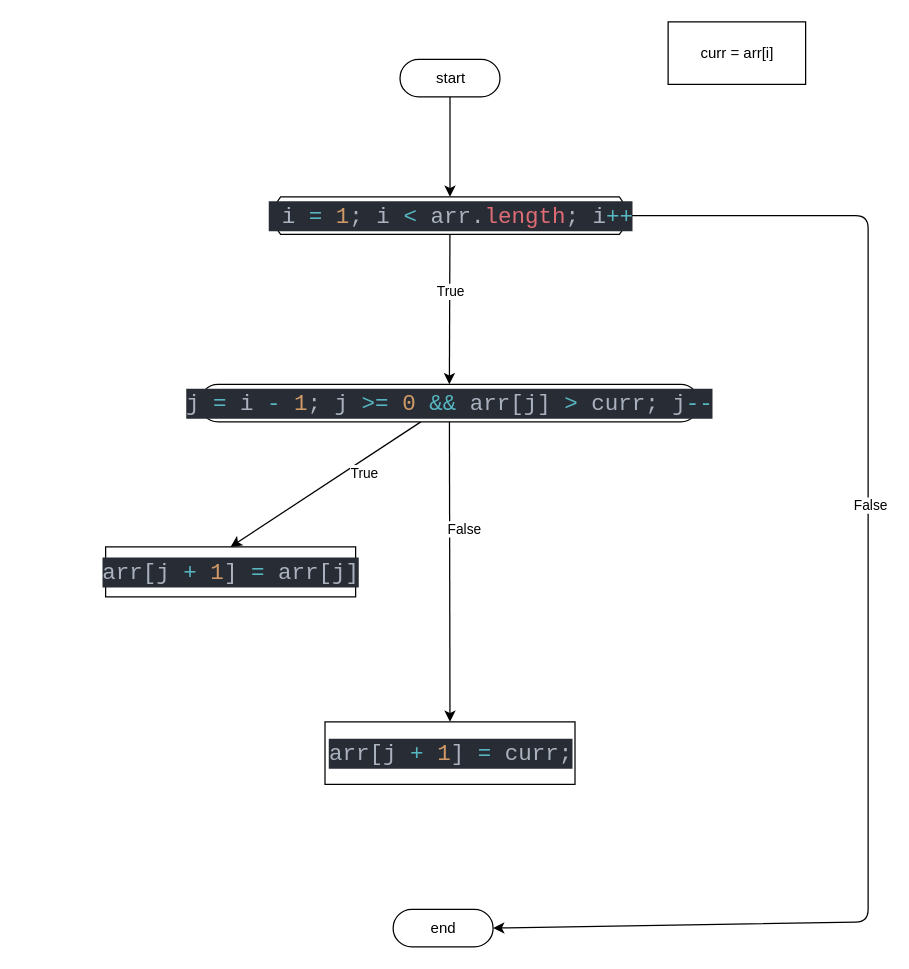
danil-jpg/algorithms-and-data-structures keeps this draw.io diagram as Задачи/insertationSort.drawio. Above is the earlier version. Source tidied: cells renumbered, new cells numbered last; positions are measured from the earlier drawing's top-left corner, leaving out a move shared by most shapes. Both pictures are drawn from the tidied source at 125%, with x=0, y=0 at pixel (105, 21).
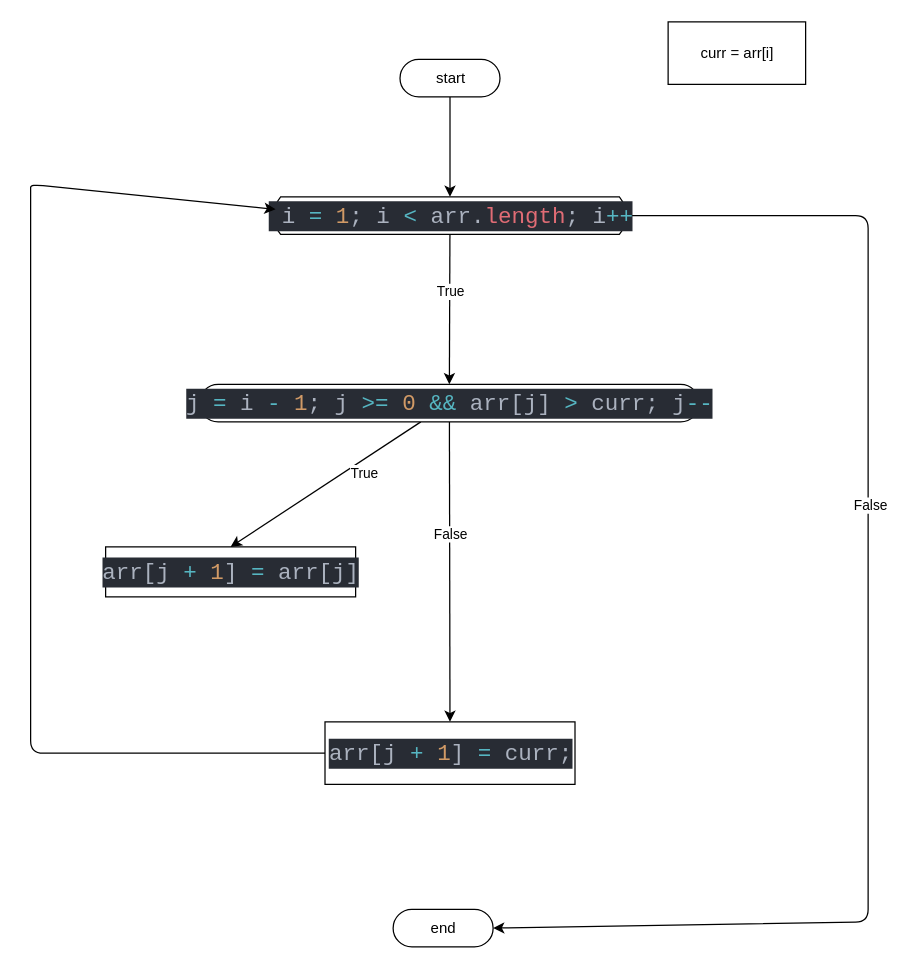
After the change.

Unchanged cells that the change refers to:
```xml
<mxCell id="9" value="&lt;div style=&quot;color: rgb(171, 178, 191); background-color: rgb(40, 44, 52); font-family: MontserratAlternates-Regular, Consolas, &amp;quot;Courier New&amp;quot;, monospace; font-size: 18px; line-height: 24px;&quot;&gt;&amp;nbsp;i &lt;span style=&quot;color: #56b6c2;&quot;&gt;=&lt;/span&gt; &lt;span style=&quot;color: #d19a66;&quot;&gt;1&lt;/span&gt;; i &lt;span style=&quot;color: #56b6c2;&quot;&gt;&amp;lt;&lt;/span&gt; arr.&lt;span style=&quot;color: #e06c75;&quot;&gt;length&lt;/span&gt;; i&lt;span style=&quot;color: #56b6c2;&quot;&gt;++&lt;/span&gt;&lt;/div&gt;" style="html=1;dashed=0;whitespace=wrap;shape=mxgraph.dfd.loop;" parent="1" vertex="1">
  <mxGeometry x="134" y="140" width="283" height="30" as="geometry" />
</mxCell>
<mxCell id="12" style="edgeStyle=none;html=1;entryX=0.5;entryY=0;entryDx=0;entryDy=0;" parent="1" edge="1" source="14" target="16">
  <mxGeometry relative="1" as="geometry" />
</mxCell>
<mxCell id="16" value="&lt;div style=&quot;color: rgb(171, 178, 191); background-color: rgb(40, 44, 52); font-family: MontserratAlternates-Regular, Consolas, &amp;quot;Courier New&amp;quot;, monospace; font-size: 18px; line-height: 24px;&quot;&gt;arr[j &lt;span style=&quot;color: #56b6c2;&quot;&gt;+&lt;/span&gt; &lt;span style=&quot;color: #d19a66;&quot;&gt;1&lt;/span&gt;] &lt;span style=&quot;color: #56b6c2;&quot;&gt;=&lt;/span&gt; curr;&lt;/div&gt;" style="html=1;dashed=0;whitespace=wrap;" parent="1" vertex="1">
  <mxGeometry x="175.5" y="560" width="200" height="50" as="geometry" />
</mxCell>
```

The edit, as a diff of the source:
```diff
@@
     <mxCell id="13" value="False" style="edgeLabel;html=1;align=center;verticalAlign=middle;" parent="12" vertex="1">
       <mxGeometry x="-0.4" y="3" relative="1" as="geometry">
-        <mxPoint x="8" y="14" as="offset" />
+        <mxPoint x="-3" y="18" as="offset" />
       </mxGeometry>
     </mxCell>
@@
+    <mxCell id="18" style="edgeStyle=none;html=1;entryX=0.007;entryY=0.333;entryDx=0;entryDy=0;entryPerimeter=0;" parent="1" edge="1" source="16" target="9">
+      <mxGeometry relative="1" as="geometry">
+        <Array as="points">
+          <mxPoint x="-60" y="585" />
+          <mxPoint x="-60" y="140" />
+          <mxPoint x="-60" y="130" />
+        </Array>
+      </mxGeometry>
+    </mxCell>
```
